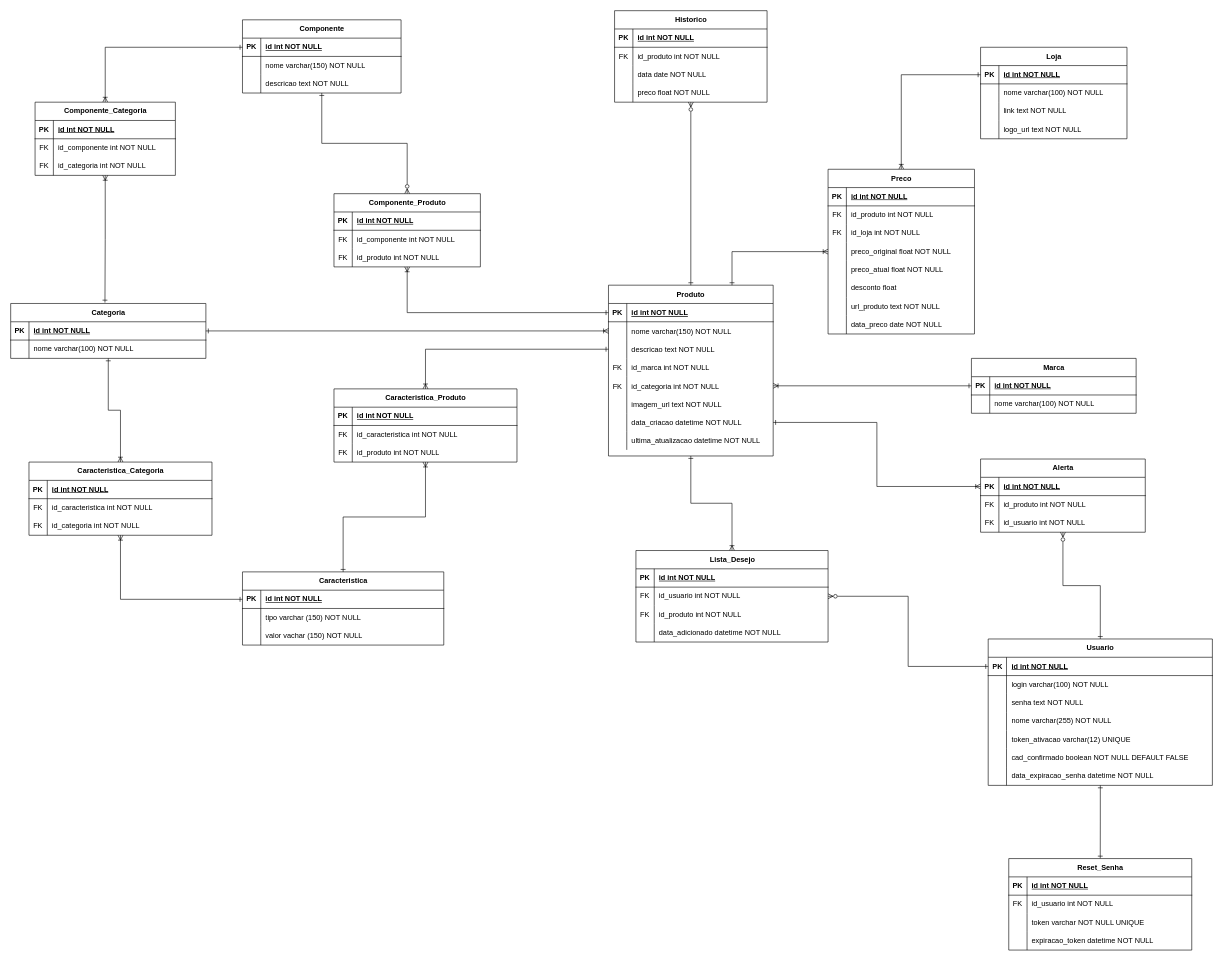
Before: doc/database/ElDorado.drawio in XenomorphSk/ElDorado, a draw.io diagram. Source tidied: cells renumbered, new cells numbered last; positions are measured from the earlier drawing's top-left corner, leaving out a move shared by most shapes. Both pictures are drawn from the tidied source at 61%, with x=0, y=0 at pixel (10, 10).
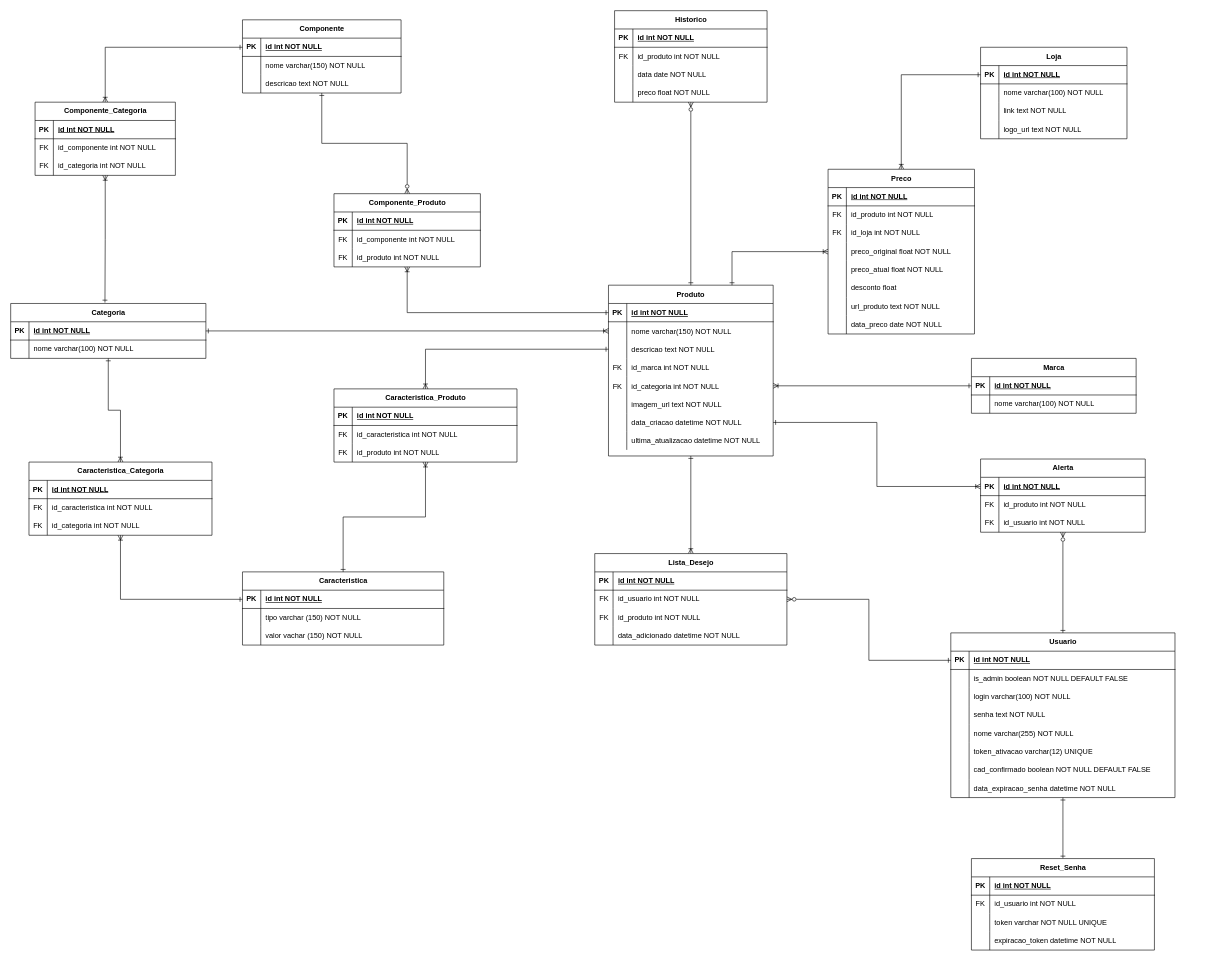
The same diagram, later.

The edit, as a diff of the source:
```diff
@@
     <mxCell id="166" value="Lista_Desejo" style="shape=table;startSize=30;childLayout=tableLayout;rowLines=0;fontStyle=1;align=center;html=1;" parent="1" vertex="1">
-      <mxGeometry x="1025" y="885" width="315" height="150" as="geometry" />
+      <mxGeometry x="957.5" y="890" width="315" height="150" as="geometry" />
     </mxCell>
@@
     <mxCell id="193" value="Usuario" style="shape=table;startSize=30;childLayout=tableLayout;rowLines=0;fontStyle=1;align=center;html=1;" parent="1" vertex="1">
-      <mxGeometry x="1602.5" y="1030" width="367.5" height="240" as="geometry" />
+      <mxGeometry x="1541.2" y="1020" width="367.5" height="270" as="geometry" />
     </mxCell>
@@
+    <mxCell id="228" style="shape=tableRow;horizontal=0;startSize=0;swimlaneHead=0;swimlaneBody=0;fillColor=none;top=0;left=0;right=0;bottom=0;" parent="193" vertex="1">
+      <mxGeometry y="60" width="367.5" height="30" as="geometry" />
+    </mxCell>
+    <mxCell id="229" style="shape=partialRectangle;fillColor=none;top=0;left=0;bottom=0;right=0;overflow=hidden;whiteSpace=wrap;html=1;" parent="228" vertex="1">
+      <mxGeometry width="30" height="30" as="geometry" />
+    </mxCell>
+    <mxCell id="230" value="is_admin boolean NOT NULL DEFAULT FALSE" style="shape=partialRectangle;fillColor=none;top=0;left=0;bottom=0;right=0;align=left;spacingLeft=6;overflow=hidden;whiteSpace=wrap;html=1;" parent="228" vertex="1">
+      <mxGeometry x="30" width="337.5" height="30" as="geometry" />
+    </mxCell>
     <mxCell id="197" style="shape=tableRow;horizontal=0;startSize=0;swimlaneHead=0;swimlaneBody=0;fillColor=none;top=0;left=0;right=0;bottom=0;" parent="193" vertex="1">
-      <mxGeometry y="60" width="367.5" height="30" as="geometry" />
+      <mxGeometry y="90" width="367.5" height="30" as="geometry" />
     </mxCell>
@@
     <mxCell id="200" style="shape=tableRow;horizontal=0;startSize=0;swimlaneHead=0;swimlaneBody=0;fillColor=none;top=0;left=0;right=0;bottom=0;" parent="193" vertex="1">
-      <mxGeometry y="90" width="367.5" height="30" as="geometry" />
+      <mxGeometry y="120" width="367.5" height="30" as="geometry" />
     </mxCell>
@@
     <mxCell id="203" style="shape=tableRow;horizontal=0;startSize=0;swimlaneHead=0;swimlaneBody=0;fillColor=none;top=0;left=0;right=0;bottom=0;" parent="193" vertex="1">
-      <mxGeometry y="120" width="367.5" height="30" as="geometry" />
+      <mxGeometry y="150" width="367.5" height="30" as="geometry" />
     </mxCell>
@@
     <mxCell id="206" style="shape=tableRow;horizontal=0;startSize=0;swimlaneHead=0;swimlaneBody=0;fillColor=none;top=0;left=0;right=0;bottom=0;" parent="193" vertex="1">
-      <mxGeometry y="150" width="367.5" height="30" as="geometry" />
+      <mxGeometry y="180" width="367.5" height="30" as="geometry" />
     </mxCell>
@@
     <mxCell id="209" style="shape=tableRow;horizontal=0;startSize=0;swimlaneHead=0;swimlaneBody=0;fillColor=none;top=0;left=0;right=0;bottom=0;" parent="193" vertex="1">
-      <mxGeometry y="180" width="367.5" height="30" as="geometry" />
+      <mxGeometry y="210" width="367.5" height="30" as="geometry" />
     </mxCell>
@@
     <mxCell id="212" style="shape=tableRow;horizontal=0;startSize=0;swimlaneHead=0;swimlaneBody=0;fillColor=none;top=0;left=0;right=0;bottom=0;" parent="193" vertex="1">
-      <mxGeometry y="210" width="367.5" height="30" as="geometry" />
+      <mxGeometry y="240" width="367.5" height="30" as="geometry" />
     </mxCell>
@@
     <mxCell id="215" value="Reset_Senha" style="shape=table;startSize=30;childLayout=tableLayout;rowLines=0;fontStyle=1;align=center;html=1;" parent="1" vertex="1">
-      <mxGeometry x="1636.2" y="1390" width="300" height="150" as="geometry" />
+      <mxGeometry x="1575" y="1390" width="300" height="150" as="geometry" />
     </mxCell>
```
